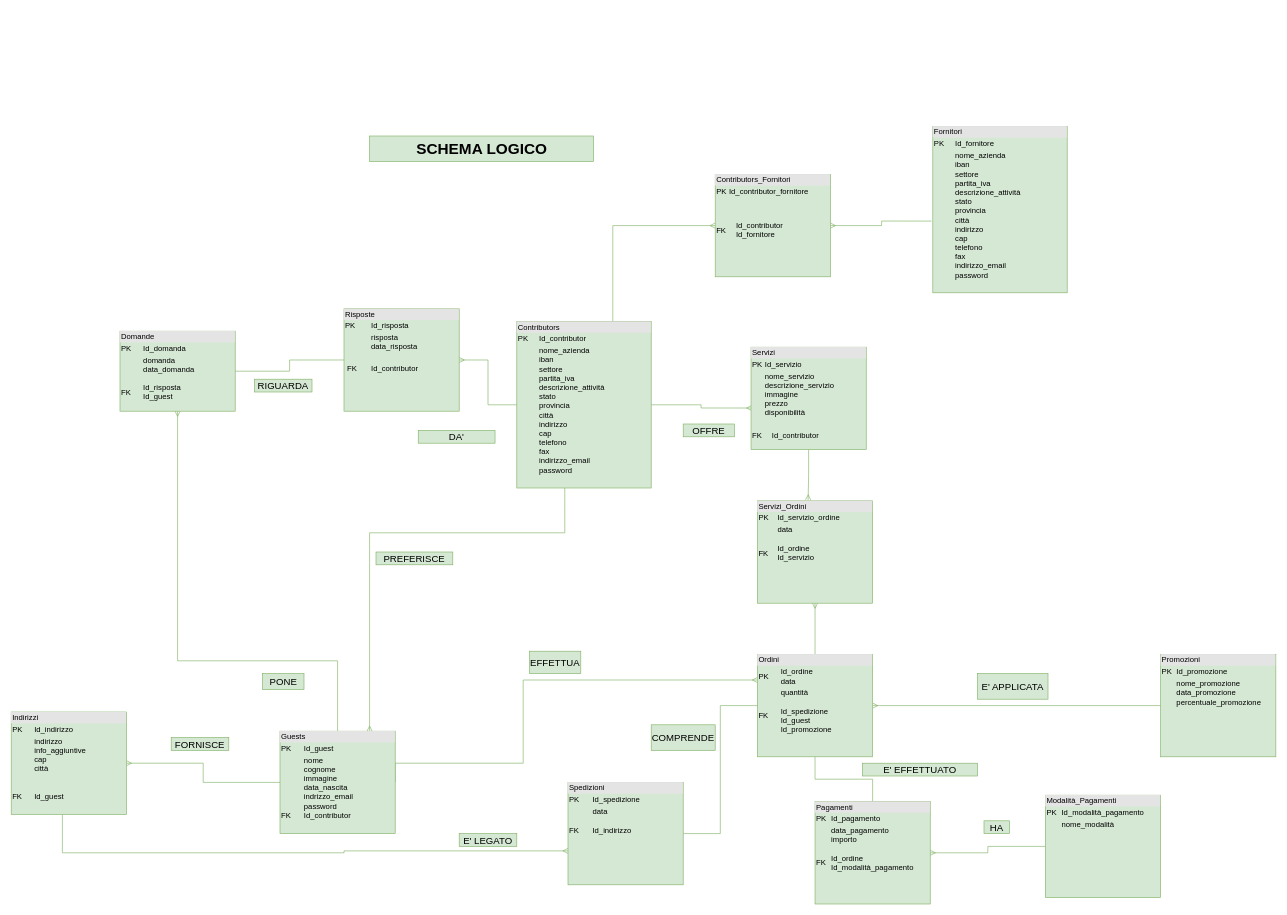
Before: schema logico new.drawio in giadaventurini-pixel/giadaventurini-5binf, a draw.io diagram. Source tidied: cells renumbered, new cells numbered last; positions are measured from the earlier drawing's top-left corner, leaving out a move shared by most shapes. Both pictures are drawn from the tidied source at 64%, with x=0, y=0 at pixel (11, 126).
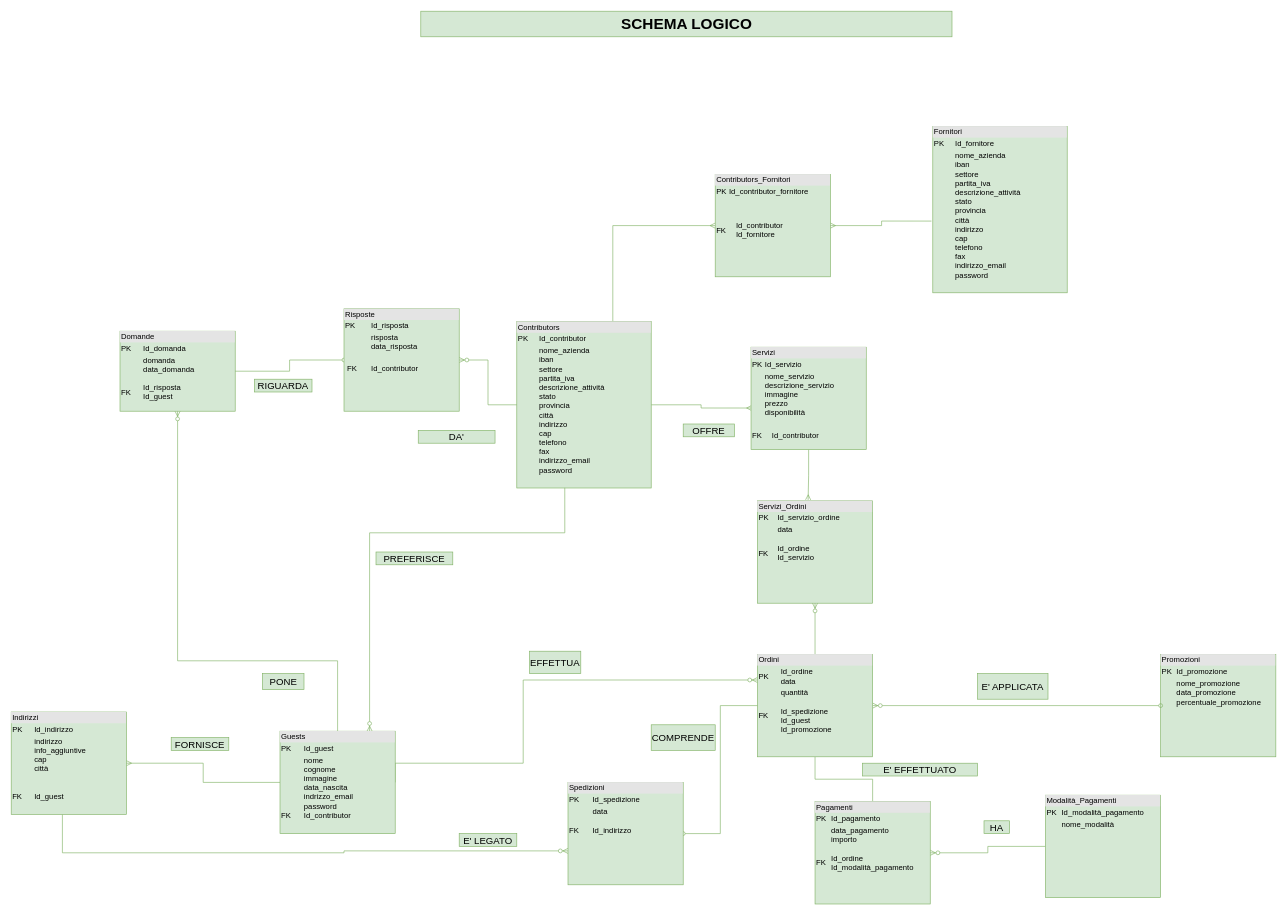
The same page after the edit.

The change refers to these unchanged cells:
```xml
<mxCell id="4" value="&lt;div style=&quot;box-sizing: border-box ; width: 100% ; background: #e4e4e4 ; padding: 2px&quot;&gt;Contributors&lt;/div&gt;&lt;table style=&quot;width: 100% ; font-size: 1em&quot; cellpadding=&quot;2&quot; cellspacing=&quot;0&quot;&gt;&lt;tbody&gt;&lt;tr&gt;&lt;td&gt;PK&lt;/td&gt;&lt;td&gt;Id_contributor&lt;br&gt;&lt;/td&gt;&lt;/tr&gt;&lt;tr&gt;&lt;td&gt;&lt;br&gt;&lt;br&gt;&lt;br&gt;&lt;br&gt;&lt;br&gt;&lt;br&gt;&lt;br&gt;&lt;br&gt;&lt;br&gt;&lt;br&gt;&lt;br&gt;&lt;/td&gt;&lt;td&gt;nome_azienda&lt;br&gt;iban&lt;br&gt;settore&lt;br&gt;partita_iva&lt;br&gt;descrizione_attività&lt;br&gt;stato&lt;br&gt;provincia&lt;br&gt;città&lt;br&gt;indirizzo&lt;br&gt;cap&lt;br&gt;telefono&lt;br&gt;fax&lt;br&gt;indirizzo_email&lt;br&gt;password&lt;br&gt;&lt;br&gt;&lt;br&gt;&lt;br&gt;&lt;br&gt;&lt;/td&gt;&lt;/tr&gt;&lt;tr&gt;&lt;td&gt;&amp;nbsp;&lt;/td&gt;&lt;td&gt;&lt;br&gt;&lt;/td&gt;&lt;/tr&gt;&lt;/tbody&gt;&lt;/table&gt;" style="verticalAlign=top;align=left;overflow=fill;html=1;fillColor=#d5e8d4;strokeColor=#82b366;" parent="1" vertex="1">
  <mxGeometry x="790" y="305" width="210" height="260" as="geometry" />
</mxCell>
<mxCell id="9" value="&lt;div style=&quot;box-sizing: border-box ; width: 100% ; background: #e4e4e4 ; padding: 2px&quot;&gt;Guests&lt;/div&gt;&lt;table style=&quot;width: 100% ; font-size: 1em&quot; cellpadding=&quot;2&quot; cellspacing=&quot;0&quot;&gt;&lt;tbody&gt;&lt;tr&gt;&lt;td&gt;PK&lt;/td&gt;&lt;td&gt;Id_guest&lt;br&gt;&lt;/td&gt;&lt;/tr&gt;&lt;tr&gt;&lt;td&gt;&lt;br&gt;&lt;br&gt;&lt;br&gt;FK&lt;/td&gt;&lt;td&gt;nome&lt;br&gt;cognome&lt;br&gt;immagine&lt;br&gt;data_nascita&lt;br&gt;indrizzo_email&lt;br&gt;password&lt;br&gt;Id_contributor&lt;br&gt;&lt;br&gt;&lt;br&gt;&lt;br&gt;&lt;/td&gt;&lt;/tr&gt;&lt;tr&gt;&lt;td&gt;&amp;nbsp;&lt;/td&gt;&lt;td&gt;&lt;br&gt;&lt;/td&gt;&lt;/tr&gt;&lt;/tbody&gt;&lt;/table&gt;" style="verticalAlign=top;align=left;overflow=fill;html=1;fillColor=#d5e8d4;strokeColor=#82b366;" parent="1" vertex="1">
  <mxGeometry x="420" y="945" width="180" height="160" as="geometry" />
</mxCell>
<mxCell id="10" value="&lt;div style=&quot;box-sizing: border-box ; width: 100% ; background: #e4e4e4 ; padding: 2px&quot;&gt;Domande&lt;/div&gt;&lt;table style=&quot;width: 100% ; font-size: 1em&quot; cellpadding=&quot;2&quot; cellspacing=&quot;0&quot;&gt;&lt;tbody&gt;&lt;tr&gt;&lt;td&gt;PK&lt;/td&gt;&lt;td&gt;Id_domanda&lt;br&gt;&lt;/td&gt;&lt;/tr&gt;&lt;tr&gt;&lt;td&gt;&lt;br&gt;&lt;br&gt;&lt;br&gt;FK&lt;/td&gt;&lt;td&gt;domanda&lt;br&gt;data_domanda&lt;br&gt;&lt;br&gt;Id_risposta&lt;br&gt;Id_guest&lt;/td&gt;&lt;/tr&gt;&lt;tr&gt;&lt;td&gt;&amp;nbsp;&lt;/td&gt;&lt;td&gt;&lt;br&gt;&lt;/td&gt;&lt;/tr&gt;&lt;/tbody&gt;&lt;/table&gt;" style="verticalAlign=top;align=left;overflow=fill;html=1;fillColor=#d5e8d4;strokeColor=#82b366;" parent="1" vertex="1">
  <mxGeometry x="170" y="320" width="180" height="125" as="geometry" />
</mxCell>
<mxCell id="13" value="&lt;div style=&quot;box-sizing: border-box ; width: 100% ; background: #e4e4e4 ; padding: 2px&quot;&gt;Promozioni&lt;/div&gt;&lt;table style=&quot;width: 100% ; font-size: 1em&quot; cellpadding=&quot;2&quot; cellspacing=&quot;0&quot;&gt;&lt;tbody&gt;&lt;tr&gt;&lt;td&gt;PK&lt;/td&gt;&lt;td&gt;Id_promozione&lt;br&gt;&lt;/td&gt;&lt;/tr&gt;&lt;tr&gt;&lt;td&gt;&lt;br&gt;&lt;br&gt;&lt;br&gt;&lt;br&gt;&lt;/td&gt;&lt;td&gt;nome_promozione&lt;br&gt;data_promozione&lt;br&gt;percentuale_promozione&lt;br&gt;&lt;br&gt;&lt;br&gt;&lt;/td&gt;&lt;/tr&gt;&lt;tr&gt;&lt;td&gt;&amp;nbsp;&lt;/td&gt;&lt;td&gt;&lt;br&gt;&lt;/td&gt;&lt;/tr&gt;&lt;/tbody&gt;&lt;/table&gt;" style="verticalAlign=top;align=left;overflow=fill;html=1;fillColor=#d5e8d4;strokeColor=#82b366;" parent="1" vertex="1">
  <mxGeometry x="1796" y="825" width="180" height="160" as="geometry" />
</mxCell>
<mxCell id="16" value="&lt;div style=&quot;box-sizing: border-box ; width: 100% ; background: #e4e4e4 ; padding: 2px&quot;&gt;Risposte&lt;/div&gt;&lt;table style=&quot;width: 100% ; font-size: 1em&quot; cellpadding=&quot;2&quot; cellspacing=&quot;0&quot;&gt;&lt;tbody&gt;&lt;tr&gt;&lt;td&gt;PK&lt;/td&gt;&lt;td&gt;Id_risposta&lt;br&gt;&lt;/td&gt;&lt;/tr&gt;&lt;tr&gt;&lt;td&gt;&lt;br&gt;&lt;br&gt;&lt;/td&gt;&lt;td&gt;risposta&lt;br&gt;data_risposta&lt;br&gt;&lt;br&gt;&lt;/td&gt;&lt;/tr&gt;&lt;tr&gt;&lt;td&gt;&amp;nbsp;FK&lt;/td&gt;&lt;td&gt;Id_contributor&lt;/td&gt;&lt;/tr&gt;&lt;/tbody&gt;&lt;/table&gt;" style="verticalAlign=top;align=left;overflow=fill;html=1;fillColor=#d5e8d4;strokeColor=#82b366;" parent="1" vertex="1">
  <mxGeometry x="520" y="285" width="180" height="160" as="geometry" />
</mxCell>
<mxCell id="20" value="&lt;div style=&quot;box-sizing: border-box ; width: 100% ; background: #e4e4e4 ; padding: 2px&quot;&gt;Ordini&lt;/div&gt;&lt;table style=&quot;width: 100% ; font-size: 1em&quot; cellpadding=&quot;2&quot; cellspacing=&quot;0&quot;&gt;&lt;tbody&gt;&lt;tr&gt;&lt;td&gt;PK&lt;/td&gt;&lt;td&gt;Id_ordine&lt;br&gt;data&lt;/td&gt;&lt;/tr&gt;&lt;tr&gt;&lt;td&gt;&lt;br&gt;FK&lt;/td&gt;&lt;td&gt;quantità&lt;br&gt;&lt;br&gt;Id_spedizione&lt;br&gt;Id_guest&lt;br&gt;Id_promozione&lt;/td&gt;&lt;/tr&gt;&lt;tr&gt;&lt;td&gt;&amp;nbsp;&lt;/td&gt;&lt;td&gt;&lt;br&gt;&lt;/td&gt;&lt;/tr&gt;&lt;/tbody&gt;&lt;/table&gt;" style="verticalAlign=top;align=left;overflow=fill;html=1;fillColor=#d5e8d4;strokeColor=#82b366;" parent="1" vertex="1">
  <mxGeometry x="1166" y="825" width="180" height="160" as="geometry" />
</mxCell>
<mxCell id="22" value="&lt;div style=&quot;box-sizing: border-box ; width: 100% ; background: #e4e4e4 ; padding: 2px&quot;&gt;Pagamenti&lt;/div&gt;&lt;table style=&quot;width: 100% ; font-size: 1em&quot; cellpadding=&quot;2&quot; cellspacing=&quot;0&quot;&gt;&lt;tbody&gt;&lt;tr&gt;&lt;td&gt;PK&lt;/td&gt;&lt;td&gt;Id_pagamento&lt;br&gt;&lt;/td&gt;&lt;/tr&gt;&lt;tr&gt;&lt;td&gt;&lt;br&gt;&lt;br&gt;FK&lt;/td&gt;&lt;td&gt;data_pagamento&lt;br&gt;importo&lt;br&gt;&lt;br&gt;Id_ordine&lt;br&gt;Id_modalità_pagamento&lt;br&gt;&lt;br&gt;&lt;/td&gt;&lt;/tr&gt;&lt;tr&gt;&lt;td&gt;&amp;nbsp;&lt;/td&gt;&lt;td&gt;&lt;br&gt;&lt;/td&gt;&lt;/tr&gt;&lt;/tbody&gt;&lt;/table&gt;" style="verticalAlign=top;align=left;overflow=fill;html=1;fillColor=#d5e8d4;strokeColor=#82b366;" parent="1" vertex="1">
  <mxGeometry x="1256" y="1055" width="180" height="160" as="geometry" />
</mxCell>
<mxCell id="23" value="&lt;div style=&quot;box-sizing: border-box ; width: 100% ; background: #e4e4e4 ; padding: 2px&quot;&gt;Modalità_Pagamenti&lt;/div&gt;&lt;table style=&quot;width: 100% ; font-size: 1em&quot; cellpadding=&quot;2&quot; cellspacing=&quot;0&quot;&gt;&lt;tbody&gt;&lt;tr&gt;&lt;td&gt;PK&lt;/td&gt;&lt;td&gt;Id_modalità_pagamento&lt;br&gt;&lt;/td&gt;&lt;/tr&gt;&lt;tr&gt;&lt;td&gt;&lt;br&gt;&lt;/td&gt;&lt;td&gt;nome_modalità&lt;br&gt;&lt;br&gt;&lt;br&gt;&lt;/td&gt;&lt;/tr&gt;&lt;tr&gt;&lt;td&gt;&amp;nbsp;&lt;/td&gt;&lt;td&gt;&lt;br&gt;&lt;/td&gt;&lt;/tr&gt;&lt;/tbody&gt;&lt;/table&gt;" style="verticalAlign=top;align=left;overflow=fill;html=1;fillColor=#d5e8d4;strokeColor=#82b366;" parent="1" vertex="1">
  <mxGeometry x="1616" y="1045" width="180" height="160" as="geometry" />
</mxCell>
<mxCell id="25" value="&lt;div style=&quot;box-sizing: border-box ; width: 100% ; background: #e4e4e4 ; padding: 2px&quot;&gt;Indirizzi&lt;/div&gt;&lt;table style=&quot;width: 100% ; font-size: 1em&quot; cellpadding=&quot;2&quot; cellspacing=&quot;0&quot;&gt;&lt;tbody&gt;&lt;tr&gt;&lt;td&gt;PK&lt;/td&gt;&lt;td&gt;Id_indirizzo&lt;br&gt;&lt;/td&gt;&lt;/tr&gt;&lt;tr&gt;&lt;td&gt;&lt;br&gt;&lt;br&gt;&lt;br&gt;&lt;br&gt;FK&lt;br&gt;&lt;br&gt;&lt;br&gt;&lt;/td&gt;&lt;td&gt;indirizzo&lt;br&gt;info_aggiuntive&lt;br&gt;cap&lt;br&gt;città&lt;br&gt;&lt;br&gt;&lt;br&gt;Id_guest&lt;br&gt;&lt;br&gt;&lt;br&gt;&lt;br&gt;&lt;br&gt;&lt;/td&gt;&lt;/tr&gt;&lt;tr&gt;&lt;td&gt;&amp;nbsp;&lt;/td&gt;&lt;td&gt;&lt;br&gt;&lt;/td&gt;&lt;/tr&gt;&lt;/tbody&gt;&lt;/table&gt;" style="verticalAlign=top;align=left;overflow=fill;html=1;fillColor=#d5e8d4;strokeColor=#82b366;" parent="1" vertex="1">
  <mxGeometry y="915" width="180" height="160" as="geometry" />
</mxCell>
<mxCell id="27" value="&lt;div style=&quot;box-sizing: border-box ; width: 100% ; background: #e4e4e4 ; padding: 2px&quot;&gt;Spedizioni&lt;/div&gt;&lt;table style=&quot;width: 100% ; font-size: 1em&quot; cellpadding=&quot;2&quot; cellspacing=&quot;0&quot;&gt;&lt;tbody&gt;&lt;tr&gt;&lt;td&gt;PK&lt;/td&gt;&lt;td&gt;Id_spedizione&lt;br&gt;&lt;/td&gt;&lt;/tr&gt;&lt;tr&gt;&lt;td&gt;&lt;br&gt;FK&lt;/td&gt;&lt;td&gt;data&lt;br&gt;&lt;br&gt;Id_indirizzo&lt;br&gt;&lt;br&gt;&lt;/td&gt;&lt;/tr&gt;&lt;tr&gt;&lt;td&gt;&amp;nbsp;&lt;/td&gt;&lt;td&gt;&lt;br&gt;&lt;/td&gt;&lt;/tr&gt;&lt;/tbody&gt;&lt;/table&gt;" style="verticalAlign=top;align=left;overflow=fill;html=1;fillColor=#d5e8d4;strokeColor=#82b366;" parent="1" vertex="1">
  <mxGeometry x="870" y="1025" width="180" height="160" as="geometry" />
</mxCell>
<mxCell id="29" value="&lt;div style=&quot;box-sizing: border-box ; width: 100% ; background: #e4e4e4 ; padding: 2px&quot;&gt;Servizi_Ordini&lt;/div&gt;&lt;table style=&quot;width: 100% ; font-size: 1em&quot; cellpadding=&quot;2&quot; cellspacing=&quot;0&quot;&gt;&lt;tbody&gt;&lt;tr&gt;&lt;td&gt;PK&lt;/td&gt;&lt;td&gt;Id_servizio_ordine&lt;br&gt;&lt;/td&gt;&lt;/tr&gt;&lt;tr&gt;&lt;td&gt;&lt;br&gt;FK&lt;/td&gt;&lt;td&gt;data&lt;br&gt;&lt;br&gt;Id_ordine&lt;br&gt;Id_servizio&lt;br&gt;&lt;br&gt;&lt;/td&gt;&lt;/tr&gt;&lt;tr&gt;&lt;td&gt;&amp;nbsp;&lt;/td&gt;&lt;td&gt;&lt;br&gt;&lt;/td&gt;&lt;/tr&gt;&lt;/tbody&gt;&lt;/table&gt;" style="verticalAlign=top;align=left;overflow=fill;html=1;fillColor=#d5e8d4;strokeColor=#82b366;" parent="1" vertex="1">
  <mxGeometry x="1166" y="585" width="180" height="160" as="geometry" />
</mxCell>
```

What changed in the source:
```diff
@@
-    <mxCell id="5" style="edgeStyle=orthogonalEdgeStyle;rounded=0;jettySize=auto;html=1;startArrow=none;startFill=0;endArrow=ERmany;endFill=0;fillColor=#d5e8d4;strokeColor=#82b366;" parent="1" edge="1" source="9" target="10">
+    <mxCell id="5" style="edgeStyle=orthogonalEdgeStyle;rounded=0;jettySize=auto;html=1;startArrow=none;startFill=0;endArrow=ERzeroToMany;endFill=1;fillColor=#d5e8d4;strokeColor=#82b366;" parent="1" edge="1" source="9" target="10">
       <mxGeometry relative="1" as="geometry">
         <Array as="points">
           <mxPoint x="510" y="835" />
           <mxPoint x="260" y="835" />
         </Array>
       </mxGeometry>
     </mxCell>
@@
-    <mxCell id="7" style="edgeStyle=orthogonalEdgeStyle;rounded=0;jettySize=auto;html=1;entryX=0;entryY=0.25;entryDx=0;entryDy=0;startArrow=none;startFill=0;fillColor=#d5e8d4;strokeColor=#82b366;endArrow=ERmany;endFill=0;exitX=1;exitY=0.5;exitDx=0;exitDy=0;" parent="1" edge="1" source="9" target="20">
+    <mxCell id="7" style="edgeStyle=orthogonalEdgeStyle;rounded=0;jettySize=auto;html=1;entryX=0;entryY=0.25;entryDx=0;entryDy=0;startArrow=none;startFill=0;fillColor=#d5e8d4;strokeColor=#82b366;endArrow=ERzeroToMany;endFill=1;exitX=1;exitY=0.5;exitDx=0;exitDy=0;" parent="1" edge="1" source="9" target="20">
       <mxGeometry relative="1" as="geometry">
         <Array as="points">
           <mxPoint x="800" y="995" />
           <mxPoint x="800" y="865" />
         </Array>
       </mxGeometry>
     </mxCell>
-    <mxCell id="8" style="edgeStyle=orthogonalEdgeStyle;rounded=0;jettySize=auto;html=1;entryX=0.357;entryY=0.999;entryDx=0;entryDy=0;entryPerimeter=0;startArrow=ERmany;startFill=0;endArrow=none;endFill=0;fillColor=#d5e8d4;strokeColor=#82b366;" parent="1" edge="1" source="9" target="4">
+    <mxCell id="8" style="edgeStyle=orthogonalEdgeStyle;rounded=0;jettySize=auto;html=1;entryX=0.357;entryY=0.999;entryDx=0;entryDy=0;entryPerimeter=0;startArrow=ERzeroToMany;startFill=1;endArrow=none;endFill=0;fillColor=#d5e8d4;strokeColor=#82b366;" parent="1" edge="1" source="9" target="4">
       <mxGeometry relative="1" as="geometry">
         <Array as="points">
           <mxPoint x="560" y="635" />
           <mxPoint x="865" y="635" />
         </Array>
       </mxGeometry>
     </mxCell>
@@
-    <mxCell id="14" style="edgeStyle=orthogonalEdgeStyle;rounded=0;jettySize=auto;html=1;entryX=1;entryY=0.5;entryDx=0;entryDy=0;startArrow=none;startFill=0;endArrow=none;endFill=0;fillColor=#d5e8d4;strokeColor=#82b366;" parent="1" edge="1" source="16" target="10">
+    <mxCell id="14" style="edgeStyle=orthogonalEdgeStyle;rounded=0;jettySize=auto;html=1;entryX=1;entryY=0.5;entryDx=0;entryDy=0;startArrow=oval;startFill=0;endArrow=none;endFill=0;fillColor=#d5e8d4;strokeColor=#82b366;" parent="1" edge="1" source="16" target="10">
       <mxGeometry relative="1" as="geometry" />
     </mxCell>
-    <mxCell id="15" style="edgeStyle=orthogonalEdgeStyle;rounded=0;jettySize=auto;html=1;entryX=0;entryY=0.5;entryDx=0;entryDy=0;startArrow=ERmany;startFill=0;endArrow=none;endFill=0;fillColor=#d5e8d4;strokeColor=#82b366;" parent="1" edge="1" source="16" target="4">
+    <mxCell id="15" style="edgeStyle=orthogonalEdgeStyle;rounded=0;jettySize=auto;html=1;entryX=0;entryY=0.5;entryDx=0;entryDy=0;startArrow=ERzeroToMany;startFill=1;endArrow=none;endFill=0;fillColor=#d5e8d4;strokeColor=#82b366;" parent="1" edge="1" source="16" target="4">
       <mxGeometry relative="1" as="geometry" />
     </mxCell>
@@
-    <mxCell id="17" style="edgeStyle=orthogonalEdgeStyle;rounded=0;jettySize=auto;html=1;entryX=0;entryY=0.5;entryDx=0;entryDy=0;startArrow=ERmany;startFill=0;endArrow=none;endFill=0;fillColor=#d5e8d4;strokeColor=#82b366;" parent="1" edge="1" source="20" target="13">
+    <mxCell id="17" style="edgeStyle=orthogonalEdgeStyle;rounded=0;jettySize=auto;html=1;entryX=0;entryY=0.5;entryDx=0;entryDy=0;startArrow=ERzeroToMany;startFill=1;endArrow=oval;endFill=0;fillColor=#d5e8d4;strokeColor=#82b366;" parent="1" edge="1" source="20" target="13">
       <mxGeometry relative="1" as="geometry" />
     </mxCell>
@@
-    <mxCell id="19" style="edgeStyle=orthogonalEdgeStyle;rounded=0;jettySize=auto;html=1;entryX=0.5;entryY=1;entryDx=0;entryDy=0;endArrow=ERmany;endFill=0;fillColor=#d5e8d4;strokeColor=#82b366;" parent="1" edge="1" source="20" target="29">
+    <mxCell id="19" style="edgeStyle=orthogonalEdgeStyle;rounded=0;jettySize=auto;html=1;entryX=0.5;entryY=1;entryDx=0;entryDy=0;endArrow=ERzeroToMany;endFill=1;fillColor=#d5e8d4;strokeColor=#82b366;" parent="1" edge="1" source="20" target="29">
       <mxGeometry relative="1" as="geometry" />
     </mxCell>
@@
-    <mxCell id="21" style="edgeStyle=orthogonalEdgeStyle;rounded=0;jettySize=auto;html=1;entryX=0;entryY=0.5;entryDx=0;entryDy=0;startArrow=ERmany;startFill=0;endArrow=none;endFill=0;fillColor=#d5e8d4;strokeColor=#82b366;" parent="1" edge="1" source="22" target="23">
+    <mxCell id="21" style="edgeStyle=orthogonalEdgeStyle;rounded=0;jettySize=auto;html=1;entryX=0;entryY=0.5;entryDx=0;entryDy=0;startArrow=ERzeroToMany;startFill=1;endArrow=none;endFill=0;fillColor=#d5e8d4;strokeColor=#82b366;" parent="1" edge="1" source="22" target="23">
       <mxGeometry relative="1" as="geometry" />
     </mxCell>
@@
-    <mxCell id="24" style="edgeStyle=orthogonalEdgeStyle;rounded=0;jettySize=auto;html=1;entryX=0;entryY=0.669;entryDx=0;entryDy=0;entryPerimeter=0;startArrow=none;startFill=0;endArrow=ERmany;endFill=0;fillColor=#d5e8d4;strokeColor=#82b366;" parent="1" edge="1" source="25" target="27">
+    <mxCell id="24" style="edgeStyle=orthogonalEdgeStyle;rounded=0;jettySize=auto;html=1;entryX=0;entryY=0.669;entryDx=0;entryDy=0;entryPerimeter=0;startArrow=none;startFill=0;endArrow=ERzeroToMany;endFill=1;fillColor=#d5e8d4;strokeColor=#82b366;" parent="1" edge="1" source="25" target="27">
       <mxGeometry relative="1" as="geometry">
         <Array as="points">
           <mxPoint x="80" y="1135" />
           <mxPoint x="520" y="1135" />
           <mxPoint x="520" y="1132" />
         </Array>
       </mxGeometry>
     </mxCell>
@@
-    <mxCell id="26" style="edgeStyle=orthogonalEdgeStyle;rounded=0;jettySize=auto;html=1;entryX=0;entryY=0.5;entryDx=0;entryDy=0;startArrow=none;startFill=0;endArrow=none;endFill=0;fillColor=#d5e8d4;strokeColor=#82b366;" parent="1" edge="1" source="27" target="20">
+    <mxCell id="26" style="edgeStyle=orthogonalEdgeStyle;rounded=0;jettySize=auto;html=1;entryX=0;entryY=0.5;entryDx=0;entryDy=0;startArrow=oval;startFill=0;endArrow=none;endFill=0;fillColor=#d5e8d4;strokeColor=#82b366;" parent="1" edge="1" source="27" target="20">
       <mxGeometry relative="1" as="geometry" />
     </mxCell>
@@
     <mxCell id="28" value="SCHEMA LOGICO" style="text;html=1;fontSize=24;fontStyle=1;verticalAlign=middle;align=center;rounded=0;sketch=0;fillColor=#d5e8d4;strokeColor=#82b366;" parent="1" vertex="1">
-      <mxGeometry x="560" y="15" width="350" height="40" as="geometry" />
+      <mxGeometry x="640" y="-180" width="830" height="40" as="geometry" />
     </mxCell>
```
